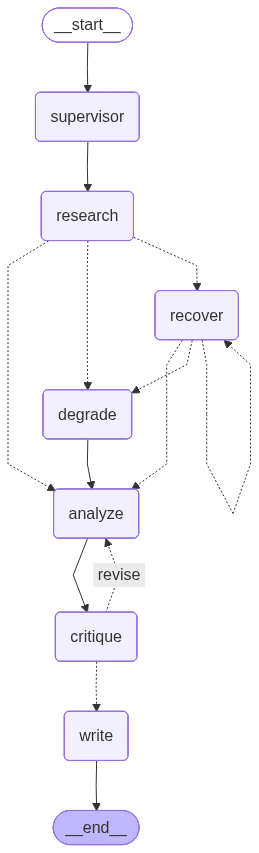
krishivsaini/Maestro keeps this Mermaid diagram as graph.png. Above is the earlier version. Its source is kept beside it as graph.mmd. The source it was exported from:
```mermaid
---
config:
  flowchart:
    curve: linear
---
graph TD;
	__start__([<p>__start__</p>]):::first
	supervisor(supervisor)
	research(research)
	recover(recover)
	degrade(degrade)
	analyze(analyze)
	critique(critique)
	write(write)
	__end__([<p>__end__</p>]):::last
	__start__ --> supervisor;
	analyze --> critique;
	critique -. &nbsp;revise&nbsp; .-> analyze;
	critique -.-> write;
	degrade --> analyze;
	recover -.-> analyze;
	recover -.-> degrade;
	research -.-> analyze;
	research -.-> degrade;
	research -.-> recover;
	supervisor --> research;
	write --> __end__;
	recover -.-> recover;
	classDef default fill:#f2f0ff,line-height:1.2
	classDef first fill-opacity:0
	classDef last fill:#bfb6fc
```
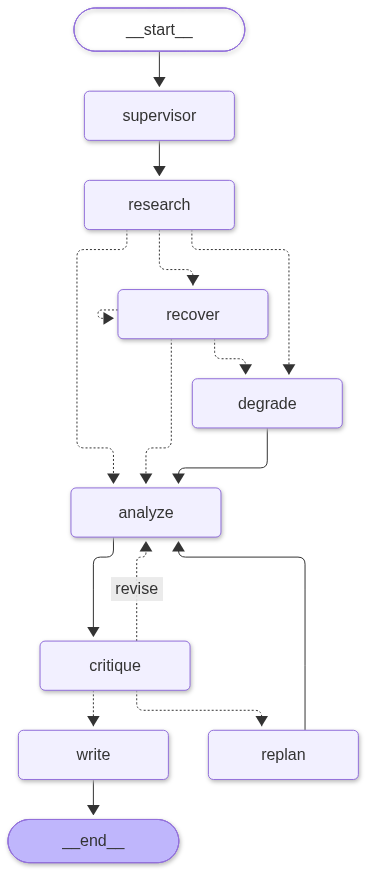
The same file after the commit.

Change to the diagram source:
```diff
@@ -12,14 +12,17 @@
 	analyze(analyze)
 	critique(critique)
 	write(write)
+	replan(replan)
 	__end__([<p>__end__</p>]):::last
 	__start__ --> supervisor;
 	analyze --> critique;
 	critique -. &nbsp;revise&nbsp; .-> analyze;
+	critique -.-> replan;
 	critique -.-> write;
 	degrade --> analyze;
 	recover -.-> analyze;
 	recover -.-> degrade;
+	replan --> analyze;
 	research -.-> analyze;
 	research -.-> degrade;
 	research -.-> recover;
```
